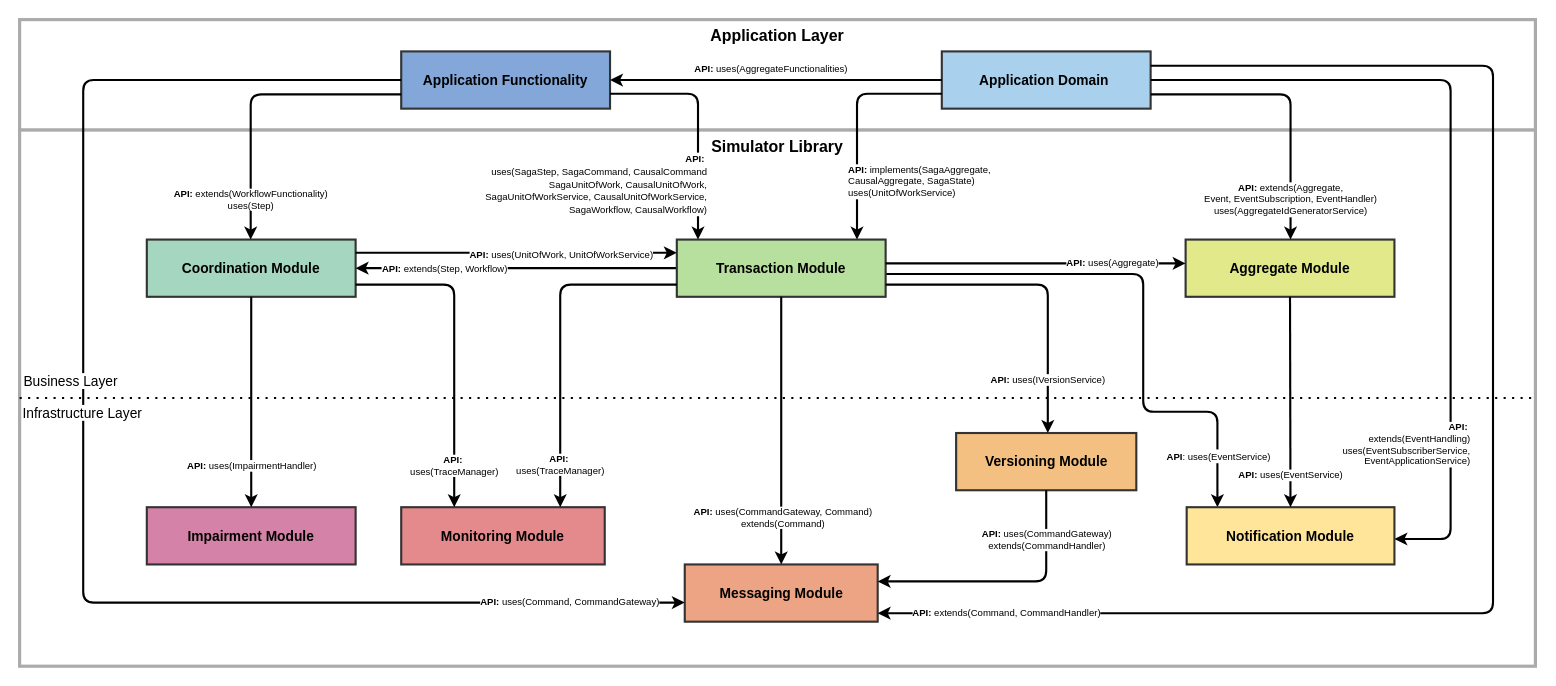
Before: data/figs/architecture/layers/layers_with_apis_extends_uses.drawio in socialsoftware/microservices-simulator, a draw.io diagram. Source tidied: cells renumbered, new cells numbered last; positions are measured from the earlier drawing's top-left corner, leaving out a move shared by most shapes. Both pictures are drawn from the tidied source at 106%, with x=0, y=0 at pixel (19, 19).
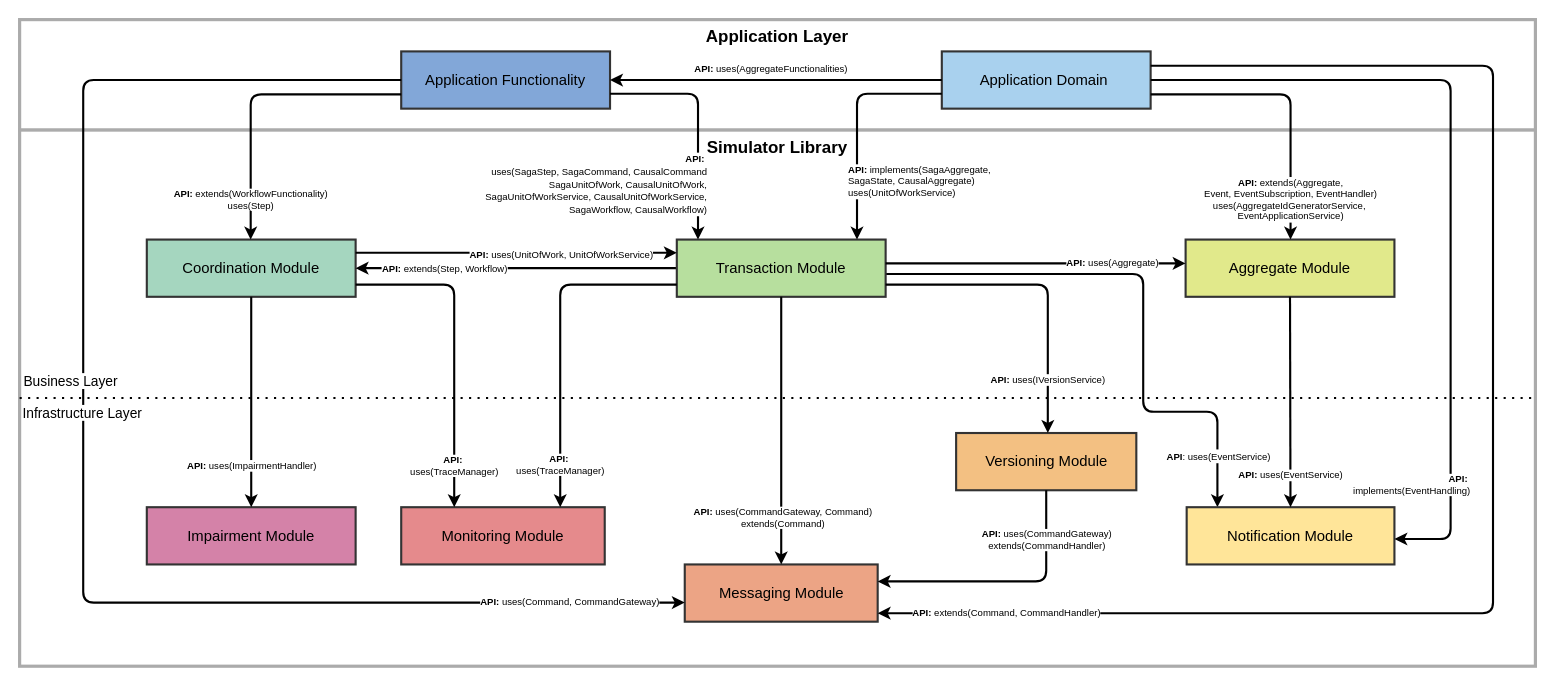
The same diagram, later.

What changed in the source:
```diff
@@
-    <mxCell id="2" value="Simulator Library" style="whiteSpace=wrap;strokeWidth=3;verticalAlign=top;textShadow=0;fontStyle=1;fillStyle=auto;fontSize=15;gradientColor=none;rounded=0;glass=0;shadow=0;labelBackgroundColor=none;labelBorderColor=none;strokeColor=#ABABAB;" parent="1" vertex="1">
+    <mxCell id="2" value="Simulator Library" style="whiteSpace=wrap;strokeWidth=3;verticalAlign=top;textShadow=0;fontStyle=1;fillStyle=auto;fontSize=16;gradientColor=none;rounded=0;glass=0;shadow=0;labelBackgroundColor=none;labelBorderColor=none;strokeColor=#ABABAB;" parent="1" vertex="1">
       <mxGeometry y="104" width="1430" height="506" as="geometry" />
     </mxCell>
-    <mxCell id="3" value="Application Layer" style="whiteSpace=wrap;strokeWidth=3;verticalAlign=top;fontStyle=1;fontSize=15;labelBorderColor=none;labelBackgroundColor=none;textShadow=0;strokeColor=light-dark(#ABABAB,#484848);" parent="1" vertex="1">
+    <mxCell id="3" value="Application Layer" style="whiteSpace=wrap;strokeWidth=3;verticalAlign=top;fontStyle=1;fontSize=16;labelBorderColor=none;labelBackgroundColor=none;textShadow=0;strokeColor=light-dark(#ABABAB,#484848);" parent="1" vertex="1">
       <mxGeometry width="1430" height="104" as="geometry" />
     </mxCell>
-    <mxCell id="4" value="Application Functionality" style="whiteSpace=wrap;strokeWidth=2;fillColor=#82A7D8;strokeColor=#333333;labelBackgroundColor=none;labelBorderColor=none;textShadow=0;fontSize=13;fontStyle=1;" parent="1" vertex="1">
+    <mxCell id="4" value="Application Functionality" style="whiteSpace=wrap;strokeWidth=2;fillColor=#82A7D8;strokeColor=#333333;labelBackgroundColor=none;labelBorderColor=none;textShadow=0;fontSize=14;fontStyle=0;" parent="1" vertex="1">
       <mxGeometry x="360" y="30" width="197" height="54" as="geometry" />
     </mxCell>
-    <mxCell id="5" value="Application Domain " style="whiteSpace=wrap;strokeWidth=2;fillColor=#A9D1EE;strokeColor=#333333;labelBackgroundColor=none;labelBorderColor=none;textShadow=0;fontSize=13;fontStyle=1;" parent="1" vertex="1">
+    <mxCell id="5" value="Application Domain " style="whiteSpace=wrap;strokeWidth=2;fillColor=#A9D1EE;strokeColor=#333333;labelBackgroundColor=none;labelBorderColor=none;textShadow=0;fontSize=14;fontStyle=0;" parent="1" vertex="1">
       <mxGeometry x="870" y="30" width="197" height="54" as="geometry" />
     </mxCell>
-    <mxCell id="6" value="Coordination Module" style="whiteSpace=wrap;strokeWidth=2;fillColor=#A5D6BF;strokeColor=#333333;labelBackgroundColor=none;labelBorderColor=none;textShadow=0;fontSize=13;fontStyle=1;" parent="1" vertex="1">
+    <mxCell id="6" value="Coordination Module" style="whiteSpace=wrap;strokeWidth=2;fillColor=#A5D6BF;strokeColor=#333333;labelBackgroundColor=none;labelBorderColor=none;textShadow=0;fontSize=14;fontStyle=0;" parent="1" vertex="1">
       <mxGeometry x="120" y="207.5" width="197" height="54" as="geometry" />
     </mxCell>
@@
-    <mxCell id="11" value="Transaction Module" style="whiteSpace=wrap;strokeWidth=2;fillColor=#B7DF9E;strokeColor=#333333;labelBackgroundColor=none;labelBorderColor=none;textShadow=0;fontSize=13;fontStyle=1;" parent="1" vertex="1">
+    <mxCell id="11" value="Transaction Module" style="whiteSpace=wrap;strokeWidth=2;fillColor=#B7DF9E;strokeColor=#333333;labelBackgroundColor=none;labelBorderColor=none;textShadow=0;fontSize=14;fontStyle=0;" parent="1" vertex="1">
       <mxGeometry x="620" y="207.5" width="197" height="54" as="geometry" />
     </mxCell>
-    <mxCell id="12" value="Aggregate Module" style="whiteSpace=wrap;strokeWidth=2;fillColor=#E1E98B;strokeColor=#333333;labelBackgroundColor=none;labelBorderColor=none;textShadow=0;fontSize=13;fontStyle=1;" parent="1" vertex="1">
+    <mxCell id="12" value="Aggregate Module" style="whiteSpace=wrap;strokeWidth=2;fillColor=#E1E98B;strokeColor=#333333;labelBackgroundColor=none;labelBorderColor=none;textShadow=0;fontSize=14;fontStyle=0;" parent="1" vertex="1">
       <mxGeometry x="1100" y="207.5" width="197" height="54" as="geometry" />
     </mxCell>
-    <mxCell id="13" value="Monitoring Module" style="whiteSpace=wrap;strokeWidth=2;fillColor=#E58A8C;strokeColor=#333333;labelBackgroundColor=none;labelBorderColor=none;textShadow=0;fontSize=13;fontStyle=1;" parent="1" vertex="1">
+    <mxCell id="13" value="Monitoring Module" style="whiteSpace=wrap;strokeWidth=2;fillColor=#E58A8C;strokeColor=#333333;labelBackgroundColor=none;labelBorderColor=none;textShadow=0;fontSize=14;fontStyle=0;" parent="1" vertex="1">
       <mxGeometry x="360" y="460" width="192" height="54" as="geometry" />
     </mxCell>
-    <mxCell id="14" value="Impairment Module" style="whiteSpace=wrap;strokeWidth=2;fillColor=#D482A8;strokeColor=#333333;labelBackgroundColor=none;labelBorderColor=none;textShadow=0;fontSize=13;fontStyle=1;" parent="1" vertex="1">
+    <mxCell id="14" value="Impairment Module" style="whiteSpace=wrap;strokeWidth=2;fillColor=#D482A8;strokeColor=#333333;labelBackgroundColor=none;labelBorderColor=none;textShadow=0;fontSize=14;fontStyle=0;" parent="1" vertex="1">
       <mxGeometry x="120" y="460" width="197" height="54" as="geometry" />
     </mxCell>
-    <mxCell id="15" value="Versioning Module" style="whiteSpace=wrap;strokeWidth=2;fillColor=#F3C082;strokeColor=#333333;labelBackgroundColor=none;labelBorderColor=none;textShadow=0;fontSize=13;fontStyle=1;" parent="1" vertex="1">
+    <mxCell id="15" value="Versioning Module" style="whiteSpace=wrap;strokeWidth=2;fillColor=#F3C082;strokeColor=#333333;labelBackgroundColor=none;labelBorderColor=none;textShadow=0;fontSize=14;fontStyle=0;" parent="1" vertex="1">
       <mxGeometry x="883.5" y="390" width="170" height="54" as="geometry" />
     </mxCell>
-    <mxCell id="16" value="Notification Module" style="whiteSpace=wrap;strokeWidth=2;fillColor=#FFE599;strokeColor=#333333;labelBackgroundColor=none;labelBorderColor=none;textShadow=0;fontSize=13;fontStyle=1;" parent="1" vertex="1">
+    <mxCell id="16" value="Notification Module" style="whiteSpace=wrap;strokeWidth=2;fillColor=#FFE599;strokeColor=#333333;labelBackgroundColor=none;labelBorderColor=none;textShadow=0;fontSize=14;fontStyle=0;" parent="1" vertex="1">
       <mxGeometry x="1101" y="460" width="196" height="54" as="geometry" />
     </mxCell>
-    <mxCell id="17" value="Messaging Module" style="whiteSpace=wrap;strokeWidth=2;fillColor=#ECA485;strokeColor=#333333;labelBackgroundColor=none;labelBorderColor=none;textShadow=0;fontSize=13;fontStyle=1;" parent="1" vertex="1">
+    <mxCell id="17" value="Messaging Module" style="whiteSpace=wrap;strokeWidth=2;fillColor=#ECA485;strokeColor=#333333;labelBackgroundColor=none;labelBorderColor=none;textShadow=0;fontSize=14;fontStyle=0;" parent="1" vertex="1">
       <mxGeometry x="627.5" y="514" width="182" height="54" as="geometry" />
     </mxCell>
@@
-    <mxCell id="22" value="&lt;div style=&quot;&quot;&gt;&lt;b style=&quot;color: light-dark(rgb(0, 0, 0), rgb(255, 255, 255));&quot;&gt;API:&lt;/b&gt;&lt;span style=&quot;background-color: light-dark(#ffffff, var(--ge-dark-color, #121212)); color: light-dark(rgb(0, 0, 0), rgb(255, 255, 255));&quot;&gt;&amp;nbsp;&lt;/span&gt;&lt;/div&gt;&lt;div style=&quot;&quot;&gt;&lt;span style=&quot;background-color: light-dark(#ffffff, var(--ge-dark-color, #121212)); color: light-dark(rgb(0, 0, 0), rgb(255, 255, 255));&quot;&gt;extends(&lt;/span&gt;&lt;span style=&quot;background-color: light-dark(#ffffff, var(--ge-dark-color, #121212)); color: light-dark(rgb(0, 0, 0), rgb(255, 255, 255));&quot;&gt;EventHandling)&lt;/span&gt;&lt;/div&gt;&lt;div style=&quot;&quot;&gt;&lt;span style=&quot;background-color: light-dark(#ffffff, var(--ge-dark-color, #121212)); color: light-dark(rgb(0, 0, 0), rgb(255, 255, 255));&quot;&gt;uses(&lt;/span&gt;&lt;span style=&quot;background-color: light-dark(#ffffff, var(--ge-dark-color, #121212)); color: light-dark(rgb(0, 0, 0), rgb(255, 255, 255));&quot;&gt;EventSubscriberService,&lt;/span&gt;&lt;/div&gt;&lt;div style=&quot;&quot;&gt;&lt;span style=&quot;background-color: light-dark(#ffffff, var(--ge-dark-color, #121212)); color: light-dark(rgb(0, 0, 0), rgb(255, 255, 255));&quot;&gt;EventApplicationService)&lt;/span&gt;&lt;/div&gt;" style="startArrow=none;endArrow=classic;rounded=1;flowAnimation=0;shadow=0;jumpStyle=arc;edgeStyle=orthogonalEdgeStyle;endFill=1;strokeWidth=2;exitX=1;exitY=0.5;exitDx=0;exitDy=0;fontSize=9;html=1;align=right;" parent="1" edge="1" source="5" target="16">
-      <mxGeometry x="0.63" y="20" relative="1" as="geometry">
+    <mxCell id="22" value="&lt;div style=&quot;&quot;&gt;&lt;b style=&quot;color: light-dark(rgb(0, 0, 0), rgb(255, 255, 255));&quot;&gt;API:&lt;/b&gt;&lt;span style=&quot;background-color: light-dark(#ffffff, var(--ge-dark-color, #121212)); color: light-dark(rgb(0, 0, 0), rgb(255, 255, 255));&quot;&gt;&amp;nbsp;&lt;/span&gt;&lt;/div&gt;&lt;div style=&quot;&quot;&gt;&lt;span style=&quot;background-color: light-dark(#ffffff, var(--ge-dark-color, #121212)); color: light-dark(rgb(0, 0, 0), rgb(255, 255, 255));&quot;&gt;implements(&lt;/span&gt;&lt;span style=&quot;background-color: light-dark(#ffffff, var(--ge-dark-color, #121212)); color: light-dark(rgb(0, 0, 0), rgb(255, 255, 255));&quot;&gt;EventHandling)&lt;/span&gt;&lt;/div&gt;" style="startArrow=none;endArrow=classic;rounded=1;flowAnimation=0;shadow=0;jumpStyle=arc;edgeStyle=orthogonalEdgeStyle;endFill=1;strokeWidth=2;exitX=1;exitY=0.5;exitDx=0;exitDy=0;fontSize=9;html=1;align=right;" parent="1" edge="1" source="5" target="16">
+      <mxGeometry x="0.73" y="20" relative="1" as="geometry">
         <Array as="points">
           <mxPoint x="1350" y="57" />
           <mxPoint x="1350" y="490" />
         </Array>
       </mxGeometry>
     </mxCell>
-    <mxCell id="23" value="&lt;span&gt;&lt;b style=&quot;&quot;&gt;API:&lt;/b&gt; implements(SagaAggregate,&amp;nbsp;&lt;br&gt;CausalAggregate, SagaState)&amp;nbsp;&lt;/span&gt;&lt;div&gt;&lt;span&gt;uses(UnitOfWorkService)&lt;/span&gt;&lt;/div&gt;" style="startArrow=none;endArrow=classic;rounded=1;flowAnimation=0;shadow=0;jumpStyle=arc;endFill=1;strokeWidth=2;edgeStyle=orthogonalEdgeStyle;fontSize=9;align=left;labelBackgroundColor=default;html=1;" parent="1" edge="1" source="5" target="11">
+    <mxCell id="23" value="&lt;span&gt;&lt;b style=&quot;&quot;&gt;API:&lt;/b&gt; implements(SagaAggregate,&amp;nbsp;&lt;br&gt;SagaState, CausalAggregate)&amp;nbsp;&lt;/span&gt;&lt;div&gt;&lt;span&gt;uses(UnitOfWorkService)&lt;/span&gt;&lt;/div&gt;" style="startArrow=none;endArrow=classic;rounded=1;flowAnimation=0;shadow=0;jumpStyle=arc;endFill=1;strokeWidth=2;edgeStyle=orthogonalEdgeStyle;fontSize=9;align=left;labelBackgroundColor=default;html=1;" parent="1" edge="1" source="5" target="11">
       <mxGeometry x="0.5" y="-10" relative="1" as="geometry">
         <Array as="points">
           <mxPoint x="790" y="70" />
         </Array>
       </mxGeometry>
     </mxCell>
-    <mxCell id="24" value="&lt;b&gt;API:&lt;/b&gt;&amp;nbsp;extends(Aggregate,&lt;div&gt;&lt;div style=&quot;text-align: right;&quot;&gt;&lt;span style=&quot;color: light-dark(rgb(0, 0, 0), rgb(255, 255, 255));&quot;&gt;Event, EventSubscription,&amp;nbsp;&lt;/span&gt;&lt;span style=&quot;color: light-dark(rgb(0, 0, 0), rgb(255, 255, 255)); background-color: light-dark(#ffffff, var(--ge-dark-color, #121212));&quot;&gt;EventHandler)&lt;/span&gt;&lt;/div&gt;&lt;div&gt;uses(AggregateIdGeneratorService)&lt;/div&gt;&lt;/div&gt;" style="startArrow=none;endArrow=classic;rounded=1;flowAnimation=0;shadow=0;jumpStyle=arc;endFill=1;strokeWidth=2;edgeStyle=orthogonalEdgeStyle;exitX=1;exitY=0.75;exitDx=0;exitDy=0;fontSize=9;html=1;" parent="1" edge="1" source="5" target="12">
+    <mxCell id="24" value="&lt;b&gt;API:&lt;/b&gt;&amp;nbsp;extends(Aggregate,&lt;div&gt;&lt;div style=&quot;text-align: right;&quot;&gt;&lt;span style=&quot;color: light-dark(rgb(0, 0, 0), rgb(255, 255, 255));&quot;&gt;Event, EventSubscription,&amp;nbsp;&lt;/span&gt;&lt;span style=&quot;color: light-dark(rgb(0, 0, 0), rgb(255, 255, 255)); background-color: light-dark(#ffffff, var(--ge-dark-color, #121212));&quot;&gt;EventHandler)&lt;/span&gt;&lt;/div&gt;&lt;div&gt;uses(AggregateIdGeneratorService,&amp;nbsp;&lt;/div&gt;&lt;div&gt;EventApplicationService)&lt;/div&gt;&lt;/div&gt;" style="startArrow=none;endArrow=classic;rounded=1;flowAnimation=0;shadow=0;jumpStyle=arc;endFill=1;strokeWidth=2;edgeStyle=orthogonalEdgeStyle;exitX=1;exitY=0.75;exitDx=0;exitDy=0;fontSize=9;html=1;" parent="1" edge="1" source="5" target="12">
       <mxGeometry x="0.72" relative="1" as="geometry">
         <Array as="points">
           <mxPoint x="1199" y="71" />
         </Array>
       </mxGeometry>
     </mxCell>
```
